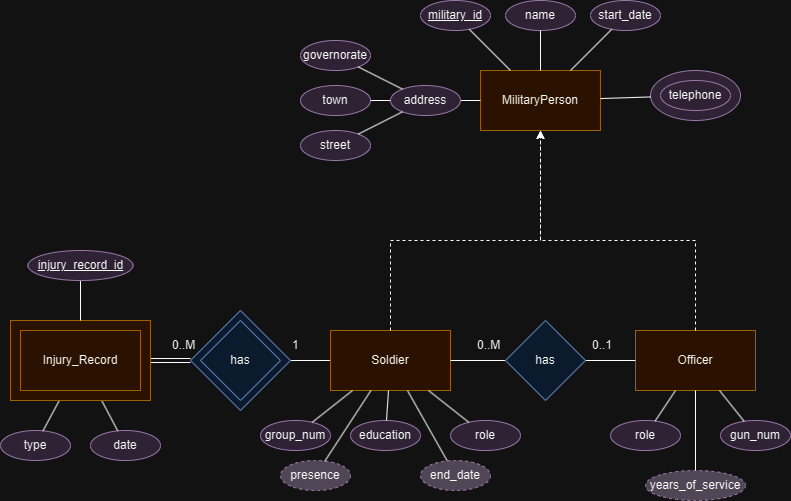
The draw.io diagram documentation/MUP ERD.drawio.png in Khalid-Tarek/MUP, before a commit. Source tidied: cells renumbered, new cells last; positions are measured from the earlier drawing's top-left corner, leaving out a move shared by most shapes.
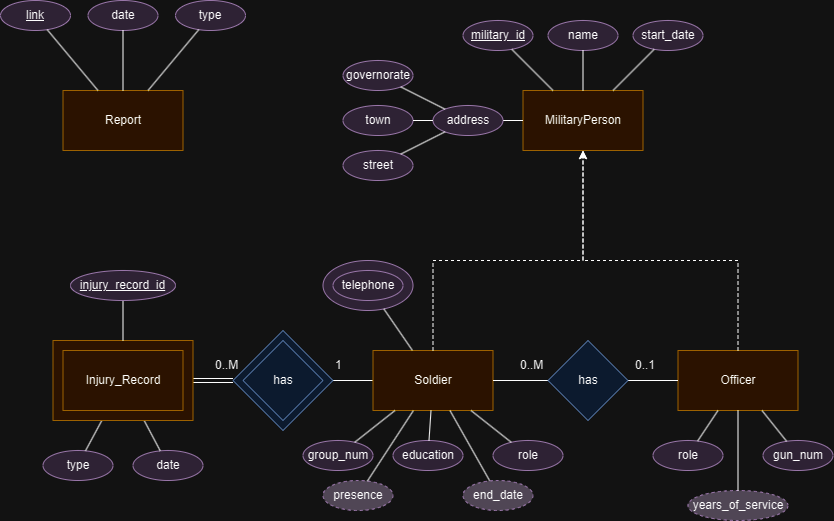
The same file after the commit.

Diff of the diagram source:
```diff
@@ -138,7 +138,7 @@
       <mxGeometry relative="1" as="geometry" />
     </mxCell>
     <mxCell id="47" style="group;" parent="1" vertex="1">
-      <mxGeometry x="650" y="70" width="90" height="50" as="geometry" />
+      <mxGeometry x="280" y="240" width="90" height="50" as="geometry" />
     </mxCell>
     <mxCell id="48" style="ellipse;whiteSpace=wrap;html=1;fillColor=#e1d5e7;strokeColor=#9673a6;" parent="47" vertex="1">
       <mxGeometry width="90" height="50" as="geometry" />
@@ -146,7 +146,7 @@
     <mxCell id="49" value="telephone" style="ellipse;whiteSpace=wrap;html=1;fillColor=#e1d5e7;strokeColor=#9673a6;" parent="47" vertex="1">
       <mxGeometry x="10" y="10" width="70" height="30" as="geometry" />
     </mxCell>
-    <mxCell id="50" style="rounded=0;jettySize=auto;html=1;endArrow=none;endFill=0;" parent="1" edge="1" source="48" target="32">
+    <mxCell id="50" style="rounded=0;jettySize=auto;html=1;endArrow=none;endFill=0;" parent="1" edge="1" source="48" target="3">
       <mxGeometry relative="1" as="geometry" />
     </mxCell>
     <mxCell id="51" value="1" style="text;html=1;align=left;verticalAlign=middle;strokeColor=none;fillColor=none;" parent="1" vertex="1">
@@ -198,5 +198,26 @@
     <mxCell id="63" value="&lt;span&gt;&lt;u&gt;injury_record_id&lt;/u&gt;&lt;/span&gt;" style="ellipse;whiteSpace=wrap;html=1;fillColor=#e1d5e7;strokeColor=#9673a6;fontStyle=0;" parent="1" vertex="1">
       <mxGeometry x="27.5" y="250" width="105" height="30" as="geometry" />
     </mxCell>
+    <mxCell id="64" value="Report" style="whiteSpace=wrap;html=1;fillColor=#ffe6cc;strokeColor=#d79b00;" parent="1" vertex="1">
+      <mxGeometry x="20" y="70" width="120" height="60" as="geometry" />
+    </mxCell>
+    <mxCell id="65" value="date" style="ellipse;whiteSpace=wrap;html=1;fillColor=#e1d5e7;strokeColor=#9673a6;" parent="1" vertex="1">
+      <mxGeometry x="45" y="-20" width="70" height="30" as="geometry" />
+    </mxCell>
+    <mxCell id="66" value="type" style="ellipse;whiteSpace=wrap;html=1;fillColor=#e1d5e7;strokeColor=#9673a6;" parent="1" vertex="1">
+      <mxGeometry x="132.5" y="-20" width="70" height="30" as="geometry" />
+    </mxCell>
+    <mxCell id="67" value="&lt;u&gt;link&lt;/u&gt;" style="ellipse;whiteSpace=wrap;html=1;fillColor=#e1d5e7;strokeColor=#9673a6;" parent="1" vertex="1">
+      <mxGeometry x="-42.5" y="-20" width="70" height="30" as="geometry" />
+    </mxCell>
+    <mxCell id="68" style="rounded=0;jettySize=auto;html=1;endArrow=none;endFill=0;" parent="1" edge="1" source="64" target="67">
+      <mxGeometry relative="1" as="geometry" />
+    </mxCell>
+    <mxCell id="69" style="rounded=0;jettySize=auto;html=1;endArrow=none;endFill=0;" parent="1" edge="1" source="64" target="65">
+      <mxGeometry relative="1" as="geometry" />
+    </mxCell>
+    <mxCell id="70" style="rounded=0;jettySize=auto;html=1;endArrow=none;endFill=0;" parent="1" edge="1" source="64" target="66">
+      <mxGeometry relative="1" as="geometry" />
+    </mxCell>
   </root>
 </mxGraphModel>
```
